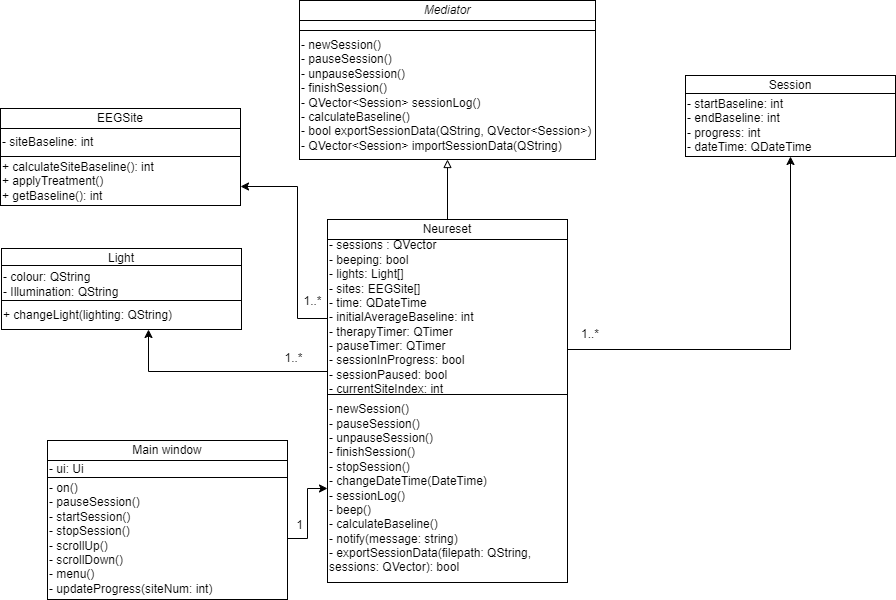
Above: Diagrams/NeuresetUML.png in SaiPaladugu/neureset-comp3004 (draw.io), before the change. Source tidied: cells renumbered, new cells last; positions are measured from the earlier drawing's top-left corner, leaving out a move shared by most shapes.
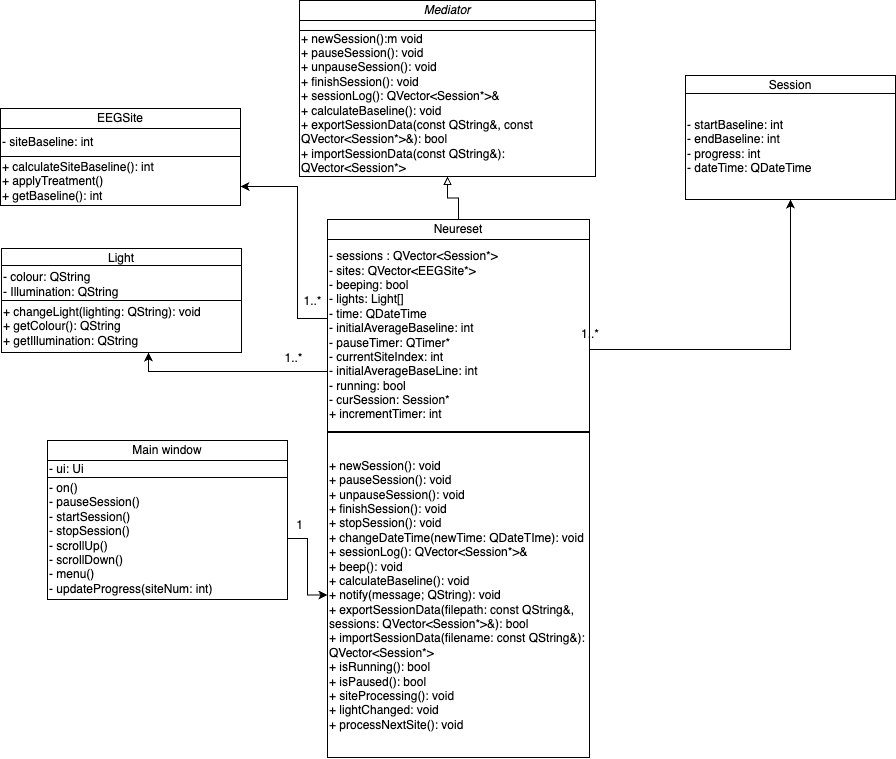
Above is the later version.

Change to the diagram source:
```diff
@@ -6,16 +6,16 @@
       <mxGeometry x="685" y="75" width="210" height="20" as="geometry" />
     </mxCell>
     <mxCell id="3" value="&lt;div style=&quot;&quot;&gt;- startBaseline: int&lt;br&gt;- endBaseline: int&lt;br&gt;- progress: int&lt;br&gt;- dateTime: QDateTime&lt;/div&gt;&lt;span id=&quot;docs-internal-guid-68782151-7fff-3128-4f7a-dbfb32c3a9ff&quot;&gt;&lt;/span&gt;" style="rounded=0;whiteSpace=wrap;html=1;align=left;" parent="1" vertex="1">
-      <mxGeometry x="685" y="93" width="210" height="63" as="geometry" />
+      <mxGeometry x="685" y="93" width="210" height="106" as="geometry" />
     </mxCell>
     <mxCell id="4" style="edgeStyle=orthogonalEdgeStyle;rounded=0;jettySize=auto;html=1;endArrow=block;endFill=0;" parent="1" edge="1" source="5" target="14">
       <mxGeometry relative="1" as="geometry" />
     </mxCell>
     <mxCell id="5" value="Neureset" style="rounded=0;whiteSpace=wrap;html=1;" parent="1" vertex="1">
-      <mxGeometry x="327" y="219" width="240" height="20" as="geometry" />
+      <mxGeometry x="327" y="219" width="262" height="20" as="geometry" />
     </mxCell>
-    <mxCell id="6" value="&lt;div style=&quot;&quot;&gt;- sessions : QVector&lt;/div&gt;&lt;div style=&quot;&quot;&gt;&lt;span style=&quot;background-color: initial;&quot;&gt;- beeping: bool&lt;/span&gt;&lt;/div&gt;&lt;div style=&quot;&quot;&gt;&lt;span style=&quot;background-color: initial;&quot;&gt;- lights: Light[]&lt;/span&gt;&lt;/div&gt;&lt;div style=&quot;&quot;&gt;- sites: EEGSite[]&lt;br&gt;- time: QDateTime&lt;/div&gt;&lt;div style=&quot;&quot;&gt;- initialAverageBaseline: int&lt;br&gt;- therapyTimer: QTimer&lt;/div&gt;&lt;div style=&quot;&quot;&gt;- pauseTimer: QTimer&lt;/div&gt;&lt;div style=&quot;&quot;&gt;- sessionInProgress: bool&lt;/div&gt;&lt;div style=&quot;&quot;&gt;- sessionPaused: bool&lt;/div&gt;&lt;div style=&quot;&quot;&gt;- currentSiteIndex: int&lt;/div&gt;&lt;span id=&quot;docs-internal-guid-68782151-7fff-3128-4f7a-dbfb32c3a9ff&quot;&gt;&lt;/span&gt;" style="rounded=0;whiteSpace=wrap;html=1;align=left;" parent="1" vertex="1">
-      <mxGeometry x="327" y="239" width="240" height="155" as="geometry" />
+    <mxCell id="6" value="&lt;div style=&quot;&quot;&gt;&lt;span style=&quot;background-color: initial;&quot;&gt;- sessions : QVector&amp;lt;Session*&amp;gt;&lt;/span&gt;&lt;br&gt;&lt;/div&gt;&lt;div style=&quot;&quot;&gt;- sites: QVector&amp;lt;EEGSite*&amp;gt;&lt;span style=&quot;background-color: initial;&quot;&gt;&lt;br&gt;&lt;/span&gt;&lt;/div&gt;&lt;div style=&quot;&quot;&gt;&lt;span style=&quot;background-color: initial;&quot;&gt;- beeping: bool&lt;/span&gt;&lt;/div&gt;&lt;div style=&quot;&quot;&gt;&lt;span style=&quot;background-color: initial;&quot;&gt;- lights: Light[]&lt;/span&gt;&lt;/div&gt;&lt;div style=&quot;&quot;&gt;- time: QDateTime&lt;/div&gt;&lt;div style=&quot;&quot;&gt;- initialAverageBaseline: int&lt;br&gt;&lt;/div&gt;&lt;div style=&quot;&quot;&gt;- pauseTimer: QTimer*&lt;/div&gt;&lt;div style=&quot;&quot;&gt;- currentSiteIndex: int&lt;/div&gt;&lt;div style=&quot;&quot;&gt;- initialAverageBaseLine: int&lt;/div&gt;&lt;div style=&quot;&quot;&gt;- running: bool&lt;/div&gt;&lt;div style=&quot;&quot;&gt;- curSession: Session*&lt;/div&gt;&lt;div style=&quot;&quot;&gt;+ incrementTimer: int&lt;/div&gt;&lt;span id=&quot;docs-internal-guid-68782151-7fff-3128-4f7a-dbfb32c3a9ff&quot;&gt;&lt;/span&gt;" style="rounded=0;whiteSpace=wrap;html=1;align=left;" parent="1" vertex="1">
+      <mxGeometry x="327" y="239" width="262" height="192" as="geometry" />
     </mxCell>
     <mxCell id="7" style="edgeStyle=orthogonalEdgeStyle;rounded=0;jettySize=auto;html=1;" parent="1" edge="1" source="6" target="25">
       <mxGeometry relative="1" as="geometry">
@@ -39,8 +39,8 @@
         </Array>
       </mxGeometry>
     </mxCell>
-    <mxCell id="10" value="- newSession()&lt;br&gt;- pauseSession()&lt;div&gt;- unpauseSession()&lt;/div&gt;&lt;div&gt;- finishSession()&lt;br&gt;- stopSession()&lt;br&gt;- changeDateTime(DateTime)&lt;br&gt;- sessionLog()&lt;br&gt;- beep()&lt;br&gt;-&amp;nbsp;&lt;span style=&quot;background-color: initial;&quot;&gt;calculateBaseline()&lt;/span&gt;&lt;/div&gt;&lt;div&gt;&lt;span style=&quot;background-color: initial;&quot;&gt;- notify(message: string)&lt;/span&gt;&lt;/div&gt;&lt;div&gt;&lt;span style=&quot;background-color: initial;&quot;&gt;- exportSessionData(filepath: QString, sessions: QVector): bool&lt;/span&gt;&lt;/div&gt;" style="rounded=0;whiteSpace=wrap;html=1;align=left;" parent="1" vertex="1">
-      <mxGeometry x="327" y="394" width="240" height="188" as="geometry" />
+    <mxCell id="10" value="+ newSession(): void&lt;br&gt;+ pauseSession(): void&lt;br&gt;+ unpauseSession(): void&lt;br&gt;+ finishSession(): void&lt;br&gt;&lt;div&gt;+ stopSession(): void&lt;/div&gt;&lt;div&gt;+ changeDateTime(newTime: QDateTIme): void&lt;/div&gt;&lt;div&gt;+ sessionLog(): QVector&amp;lt;Session*&amp;gt;&amp;amp;&lt;/div&gt;&lt;div&gt;+ beep(): void&lt;/div&gt;&lt;div&gt;+ calculateBaseline(): void&lt;/div&gt;&lt;div&gt;+ notify(message; QString): void&lt;/div&gt;&lt;div&gt;+ exportSessionData(filepath: const QString&amp;amp;, sessions: QVector&amp;lt;Session*&amp;gt;&amp;amp;): bool&lt;/div&gt;&lt;div&gt;+ importSessionData(filename: const QString&amp;amp;): QVector&amp;lt;Session*&amp;gt;&lt;/div&gt;&lt;div&gt;+ isRunning(): bool&lt;/div&gt;&lt;div&gt;+ isPaused(): bool&lt;/div&gt;&lt;div&gt;+ siteProcessing(): void&lt;/div&gt;&lt;div&gt;+ lightChanged: void&lt;/div&gt;&lt;div&gt;+ processNextSite(): void&lt;/div&gt;" style="rounded=0;whiteSpace=wrap;html=1;align=left;" parent="1" vertex="1">
+      <mxGeometry x="327" y="432" width="262" height="325" as="geometry" />
     </mxCell>
     <mxCell id="11" value="1..*" style="text;strokeColor=none;align=center;fillColor=none;html=1;verticalAlign=middle;whiteSpace=wrap;rounded=0;" parent="1" vertex="1">
       <mxGeometry x="560" y="319" width="60" height="30" as="geometry" />
@@ -51,8 +51,8 @@
     <mxCell id="13" value="&lt;div style=&quot;&quot;&gt;&lt;br&gt;&lt;/div&gt;&lt;div&gt;&lt;br&gt;&lt;/div&gt;&lt;span id=&quot;docs-internal-guid-68782151-7fff-3128-4f7a-dbfb32c3a9ff&quot;&gt;&lt;/span&gt;" style="rounded=0;whiteSpace=wrap;html=1;align=left;" parent="1" vertex="1">
       <mxGeometry x="299" y="20" width="296" height="10" as="geometry" />
     </mxCell>
-    <mxCell id="14" value="- newSession()&lt;div&gt;- pauseSession()&lt;/div&gt;&lt;div&gt;- unpauseSession()&lt;/div&gt;&lt;div&gt;- finishSession()&lt;/div&gt;&lt;div&gt;- QVector&amp;lt;Session&amp;gt; sessionLog()&lt;/div&gt;&lt;div&gt;- calculateBaseline()&lt;/div&gt;&lt;div&gt;- bool exportSessionData(QString, QVector&amp;lt;Session&amp;gt;)&lt;br&gt;- QVector&amp;lt;Session&amp;gt; importSessionData(QString)&lt;/div&gt;" style="rounded=0;whiteSpace=wrap;html=1;align=left;" parent="1" vertex="1">
-      <mxGeometry x="299" y="30" width="296" height="129" as="geometry" />
+    <mxCell id="14" value="+ newSession():m void&lt;br&gt;+ pauseSession(): void&lt;br&gt;+ unpauseSession(): void&lt;br&gt;+ finishSession(): void&lt;br&gt;+ sessionLog(): QVector&amp;lt;Session*&amp;gt;&amp;amp;&lt;br&gt;+ calculateBaseline(): void&lt;br&gt;+ exportSessionData(const QString&amp;amp;, const QVector&amp;lt;Session*&amp;gt;&amp;amp;): bool&lt;br&gt;+ importSessionData(const QString&amp;amp;): QVector&amp;lt;Session*&amp;gt;" style="rounded=0;whiteSpace=wrap;html=1;align=left;" parent="1" vertex="1">
+      <mxGeometry x="299" y="30" width="296" height="146" as="geometry" />
     </mxCell>
     <mxCell id="15" value="1" style="text;strokeColor=none;align=center;fillColor=none;html=1;verticalAlign=middle;whiteSpace=wrap;rounded=0;" parent="1" vertex="1">
       <mxGeometry x="269" y="507" width="61" height="35" as="geometry" />
@@ -84,8 +84,8 @@
     <mxCell id="24" value="&lt;div style=&quot;&quot;&gt;- colour: QString&lt;br&gt;- Illumination: QString&lt;/div&gt;&lt;span id=&quot;docs-internal-guid-68782151-7fff-3128-4f7a-dbfb32c3a9ff&quot;&gt;&lt;/span&gt;" style="rounded=0;whiteSpace=wrap;html=1;align=left;" parent="1" vertex="1">
       <mxGeometry x="1" y="265" width="240" height="38" as="geometry" />
     </mxCell>
-    <mxCell id="25" value="+ changeLight(lighting: QString)" style="rounded=0;whiteSpace=wrap;html=1;align=left;" parent="1" vertex="1">
-      <mxGeometry x="1" y="300" width="240" height="29" as="geometry" />
+    <mxCell id="25" value="+ changeLight(lighting: QString): void&lt;br&gt;+ getColour(): QString&lt;br&gt;+ getIllumination: QString" style="rounded=0;whiteSpace=wrap;html=1;align=left;" parent="1" vertex="1">
+      <mxGeometry x="1" y="300" width="240" height="52" as="geometry" />
     </mxCell>
     <mxCell id="26" value="1..*" style="text;strokeColor=none;align=center;fillColor=none;html=1;verticalAlign=middle;whiteSpace=wrap;rounded=0;" parent="1" vertex="1">
       <mxGeometry x="263" y="340" width="61" height="35" as="geometry" />
```
